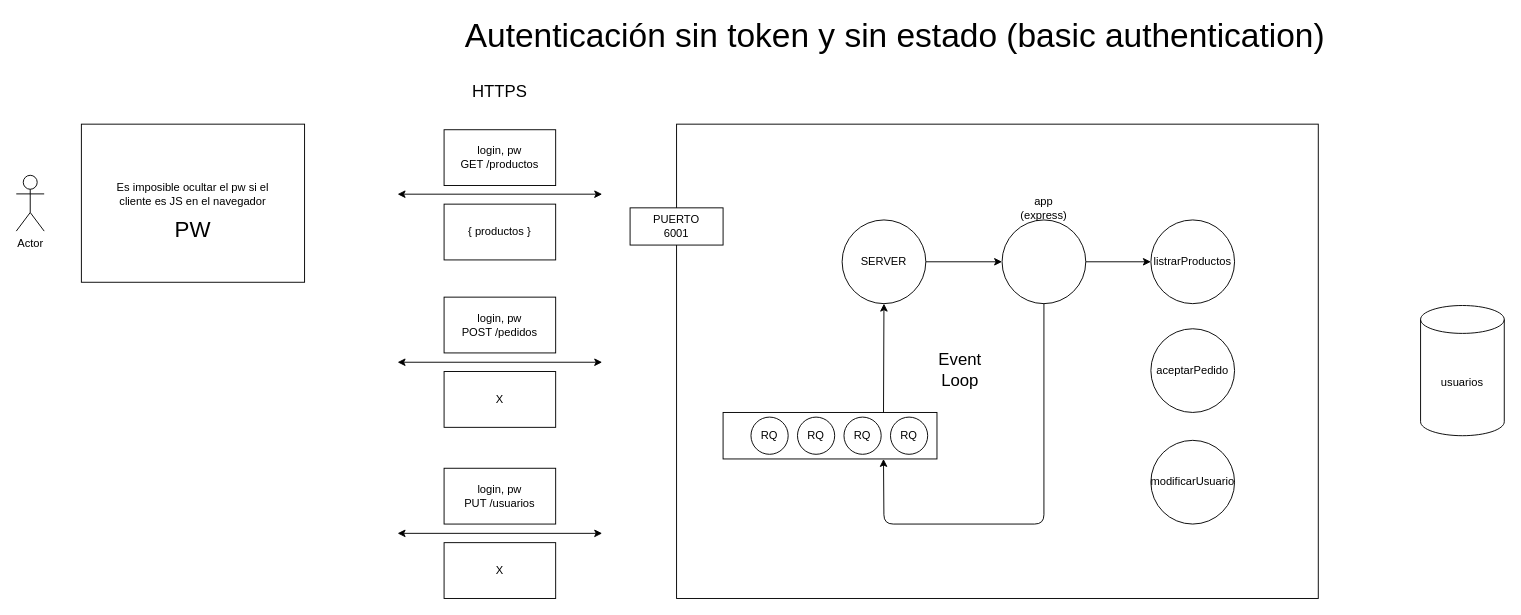
Earlier version of the draw.io diagram page "Página-35" (34 of 37) of dibujos.drawio (lrag/MEAN_2021_2). Source tidied: cells renumbered, new cells numbered last; positions are measured from the earlier drawing's top-left corner, leaving out a move shared by most shapes. Both pictures are drawn from the tidied source at 93%, with x=0, y=0 at pixel (16, 21).
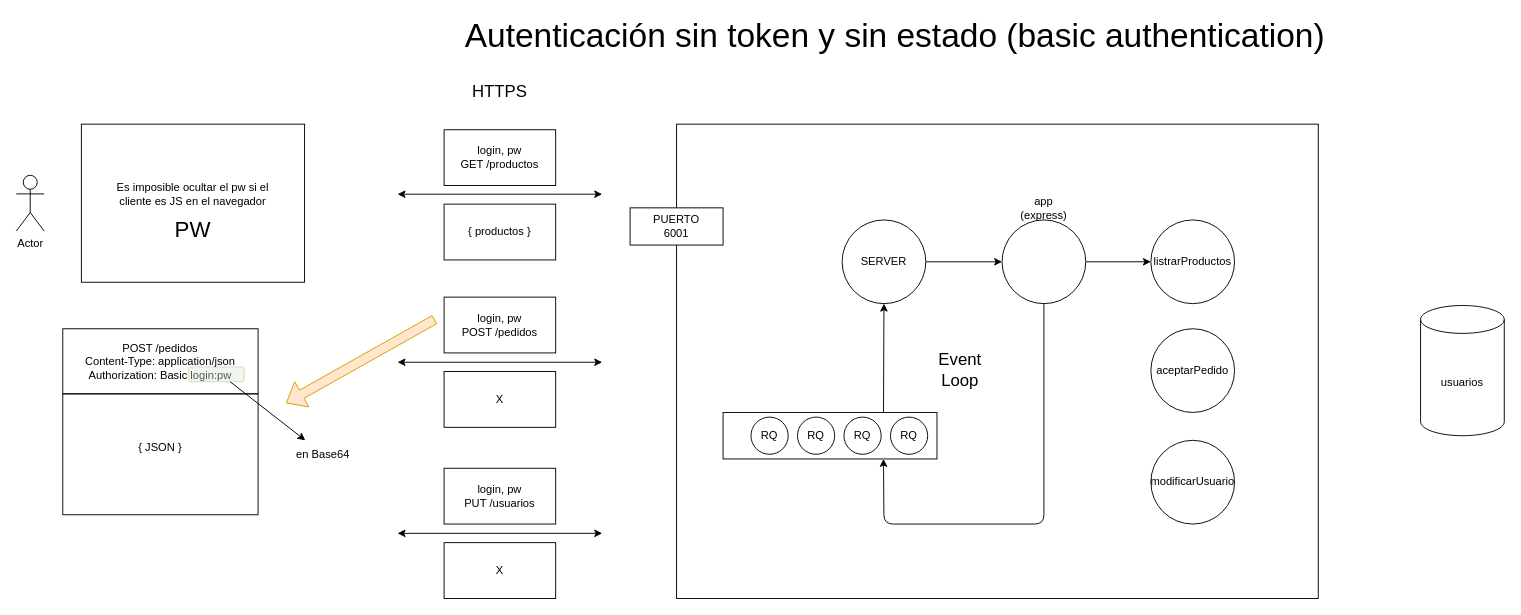
Above is the later version.

The edit, as a diff of the source:
```diff
@@
+    <mxCell id="36" value="&lt;font color=&quot;#000000&quot;&gt;POST /pedidos&lt;br&gt;Content-Type: application/json&lt;br&gt;Authorization: Basic login:pw&lt;br&gt;&lt;/font&gt;" style="rounded=0;whiteSpace=wrap;html=1;fontColor=#00CC00;fillColor=none;" parent="1" vertex="1">
+      <mxGeometry x="50" y="330" width="210" height="70" as="geometry" />
+    </mxCell>
+    <mxCell id="37" style="rounded=0;whiteSpace=wrap;html=1;fontColor=#00CC00;fillColor=none;" parent="1" vertex="1">
+      <mxGeometry x="50" y="400" width="210" height="130" as="geometry" />
+    </mxCell>
+    <mxCell id="38" value="&lt;font color=&quot;#000000&quot;&gt;{ JSON }&lt;/font&gt;" style="text;html=1;strokeColor=none;fillColor=none;align=center;verticalAlign=middle;whiteSpace=wrap;rounded=0;fontColor=#00CC00;" parent="1" vertex="1">
+      <mxGeometry x="125" y="443" width="60" height="30" as="geometry" />
+    </mxCell>
+    <mxCell id="39" style="shape=flexArrow;endArrow=classic;html=1;rounded=0;fontColor=#00CC00;fillColor=#ffe6cc;strokeColor=#d79b00;" parent="1" edge="1">
+      <mxGeometry relative="1" as="geometry">
+        <mxPoint x="450" y="320" as="sourcePoint" />
+        <mxPoint x="290" y="410" as="targetPoint" />
+      </mxGeometry>
+    </mxCell>
+    <mxCell id="40" style="rounded=1;whiteSpace=wrap;html=1;fillColor=#d5e8d4;strokeColor=#82b366;opacity=40;" parent="1" vertex="1">
+      <mxGeometry x="185" y="371" width="60" height="16" as="geometry" />
+    </mxCell>
+    <mxCell id="41" value="&lt;font color=&quot;#000000&quot;&gt;en Base64&lt;/font&gt;" style="text;html=1;strokeColor=none;fillColor=none;align=center;verticalAlign=middle;whiteSpace=wrap;rounded=0;fontColor=#00CC00;opacity=40;" parent="1" vertex="1">
+      <mxGeometry x="290" y="450" width="80" height="30" as="geometry" />
+    </mxCell>
+    <mxCell id="42" style="endArrow=classic;html=1;rounded=0;fontColor=#00CC00;exitX=0.75;exitY=1;exitDx=0;exitDy=0;" parent="1" edge="1" source="40" target="41">
+      <mxGeometry relative="1" as="geometry" />
+    </mxCell>
```
